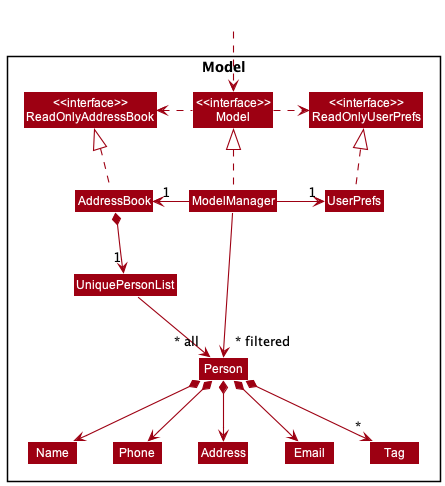
The PlantUML diagram docs/images/ModelClassDiagram.png in nus-cs2103-AY2223S1/tp, before a commit. Its source is kept beside it as docs/diagrams/ModelClassDiagram.puml.
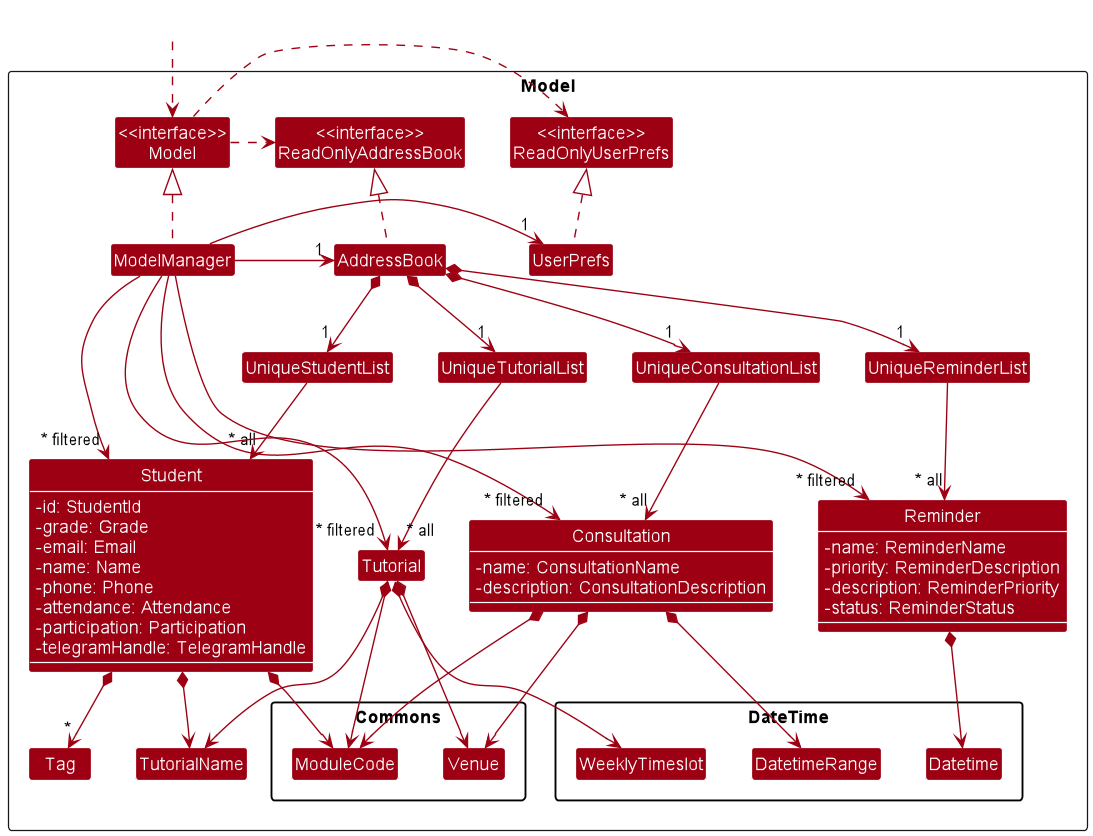
Above is the later version.

What changed in the source:
```diff
@@ -26,7 +26,6 @@
     -email: Email
     -name: Name
     -phone: Phone
-    -tags: Tag
     -attendance: Attendance
     -participation: Participation
     -telegramHandle: TelegramHandle
@@ -46,6 +45,8 @@
 
 Class Tutorial
 Class TutorialName
+
+Class Tag
 
 package Commons {
 Class ModuleCode
@@ -80,6 +81,7 @@
 UniqueStudentList --> "~* all" Student
 Student *--> ModuleCode
 Student *--> TutorialName
+Student *--> "*" Tag
 
 AddressBook *-down-> "1" UniqueConsultationList
 UniqueConsultationList --> "~* all" Consultation
```
